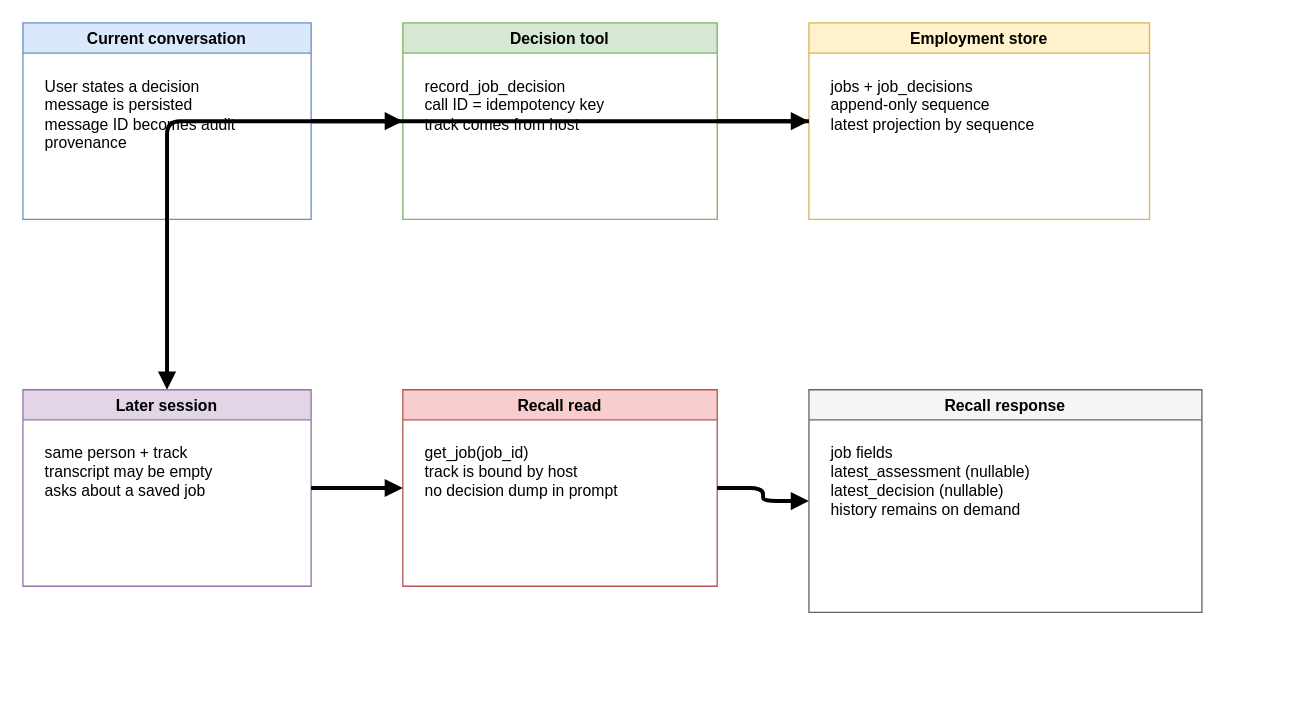
Before: deliverables/005-job-decisions/recall-flow.drawio in haxsysgit/Haxjobs, a draw.io diagram. Source tidied: cells renumbered, new cells numbered last; positions are measured from the earlier drawing's top-left corner, leaving out a move shared by most shapes. Both pictures are drawn from the tidied source at 131%, with x=0, y=0 at pixel (22, 22).
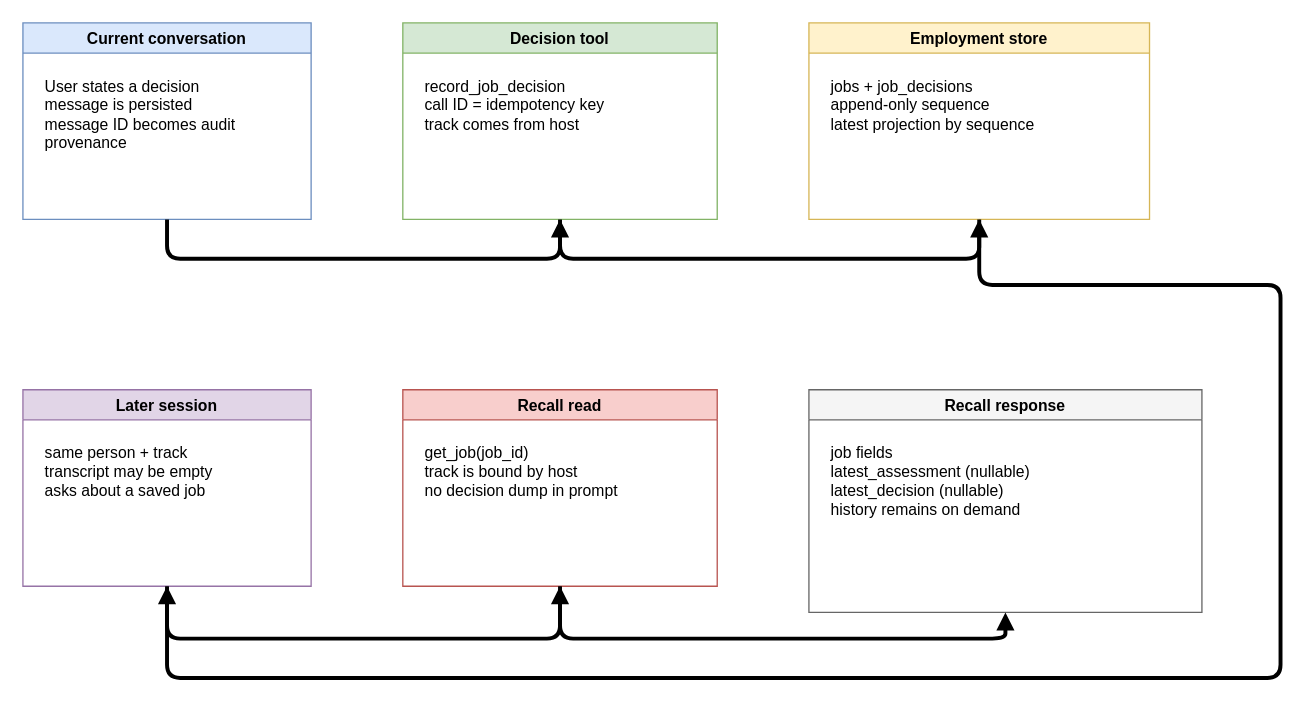
The same diagram, later.

Unchanged cells that the change refers to:
```xml
<mxCell id="2" value="Current conversation" style="swimlane;fillColor=#dae8fc;strokeColor=#6c8ebf;fontStyle=1;" parent="1" vertex="1">
  <mxGeometry width="220" height="150" as="geometry" />
</mxCell>
<mxCell id="4" value="Decision tool" style="swimlane;fillColor=#d5e8d4;strokeColor=#82b366;fontStyle=1;" parent="1" vertex="1">
  <mxGeometry x="290" width="240" height="150" as="geometry" />
</mxCell>
<mxCell id="6" value="Employment store" style="swimlane;fillColor=#fff2cc;strokeColor=#d6b656;fontStyle=1;" parent="1" vertex="1">
  <mxGeometry x="600" width="260" height="150" as="geometry" />
</mxCell>
<mxCell id="8" value="Later session" style="swimlane;fillColor=#e1d5e7;strokeColor=#9673a6;fontStyle=1;" parent="1" vertex="1">
  <mxGeometry y="280" width="220" height="150" as="geometry" />
</mxCell>
<mxCell id="10" value="Recall read" style="swimlane;fillColor=#f8cecc;strokeColor=#b85450;fontStyle=1;" parent="1" vertex="1">
  <mxGeometry x="290" y="280" width="240" height="150" as="geometry" />
</mxCell>
<mxCell id="12" value="Recall response" style="swimlane;fillColor=#f5f5f5;strokeColor=#666666;fontStyle=1;" parent="1" vertex="1">
  <mxGeometry x="600" y="280" width="300" height="170" as="geometry" />
</mxCell>
```

Diff of the diagram source:
```diff
@@
-    <mxCell id="14" style="edgeStyle=orthogonalEdgeStyle;jettySize=auto;endArrow=block;endFill=1;strokeWidth=3;exitY=1;entryY=1;" parent="1" edge="1" source="2" target="4">
-      <mxGeometry relative="1" as="geometry" />
+    <mxCell id="14" style="edgeStyle=orthogonalEdgeStyle;jettySize=auto;endArrow=block;endFill=1;strokeWidth=3;exitX=0.5;exitY=1;entryX=0.5;entryY=1;" parent="1" edge="1" source="2" target="4">
+      <mxGeometry relative="1" as="geometry">
+        <Array as="points">
+          <mxPoint x="110" y="180" />
+          <mxPoint x="410" y="180" />
+        </Array>
+      </mxGeometry>
     </mxCell>
-    <mxCell id="15" style="edgeStyle=orthogonalEdgeStyle;jettySize=auto;endArrow=block;endFill=1;strokeWidth=3;exitY=1;entryY=1;" parent="1" edge="1" source="4" target="6">
-      <mxGeometry relative="1" as="geometry" />
+    <mxCell id="15" style="edgeStyle=orthogonalEdgeStyle;jettySize=auto;endArrow=block;endFill=1;strokeWidth=3;exitX=0.5;exitY=1;entryX=0.5;entryY=1;" parent="1" edge="1" source="4" target="6">
+      <mxGeometry relative="1" as="geometry">
+        <Array as="points">
+          <mxPoint x="410" y="180" />
+          <mxPoint x="730" y="180" />
+        </Array>
+      </mxGeometry>
     </mxCell>
-    <mxCell id="16" style="edgeStyle=orthogonalEdgeStyle;jettySize=auto;endArrow=block;endFill=1;strokeWidth=3;" parent="1" edge="1" source="6" target="8">
-      <mxGeometry relative="1" as="geometry" />
+    <mxCell id="16" style="edgeStyle=orthogonalEdgeStyle;jettySize=auto;endArrow=block;endFill=1;strokeWidth=3;exitX=0.5;exitY=1;entryX=0.5;entryY=1;" parent="1" edge="1" source="6" target="8">
+      <mxGeometry relative="1" as="geometry">
+        <Array as="points">
+          <mxPoint x="960" y="200" />
+          <mxPoint x="960" y="500" />
+          <mxPoint x="110" y="500" />
+        </Array>
+      </mxGeometry>
     </mxCell>
-    <mxCell id="17" style="edgeStyle=orthogonalEdgeStyle;jettySize=auto;endArrow=block;endFill=1;strokeWidth=3;" parent="1" edge="1" source="8" target="10">
-      <mxGeometry relative="1" as="geometry" />
+    <mxCell id="17" style="edgeStyle=orthogonalEdgeStyle;jettySize=auto;endArrow=block;endFill=1;strokeWidth=3;exitX=0.5;exitY=1;entryX=0.5;entryY=1;" parent="1" edge="1" source="8" target="10">
+      <mxGeometry relative="1" as="geometry">
+        <Array as="points">
+          <mxPoint x="110" y="470" />
+          <mxPoint x="410" y="470" />
+        </Array>
+      </mxGeometry>
     </mxCell>
-    <mxCell id="18" style="edgeStyle=orthogonalEdgeStyle;jettySize=auto;endArrow=block;endFill=1;strokeWidth=3;" parent="1" edge="1" source="10" target="12">
-      <mxGeometry relative="1" as="geometry" />
+    <mxCell id="18" style="edgeStyle=orthogonalEdgeStyle;jettySize=auto;endArrow=block;endFill=1;strokeWidth=3;exitX=0.5;exitY=1;entryX=0.5;entryY=1;" parent="1" edge="1" source="10" target="12">
+      <mxGeometry relative="1" as="geometry">
+        <Array as="points">
+          <mxPoint x="410" y="470" />
+          <mxPoint x="750" y="470" />
+        </Array>
+      </mxGeometry>
     </mxCell>
```
